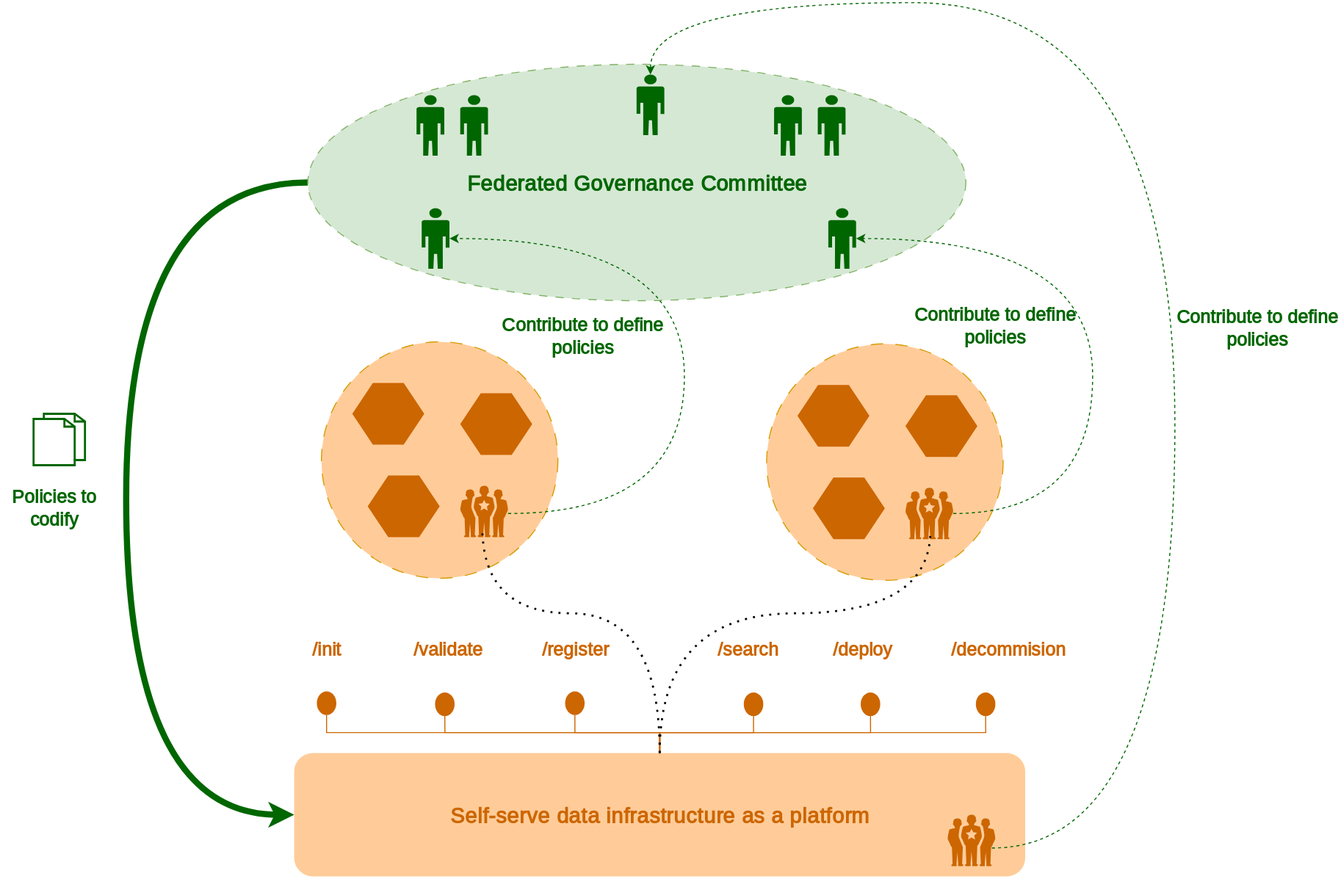
Above: docs/images/concepts/federated-computational-governance.svg in opendatamesh-initiative/odm-site-platform (draw.io), before the change. Source tidied: cells renumbered, new cells last; positions are measured from the earlier drawing's top-left corner, leaving out a move shared by most shapes.
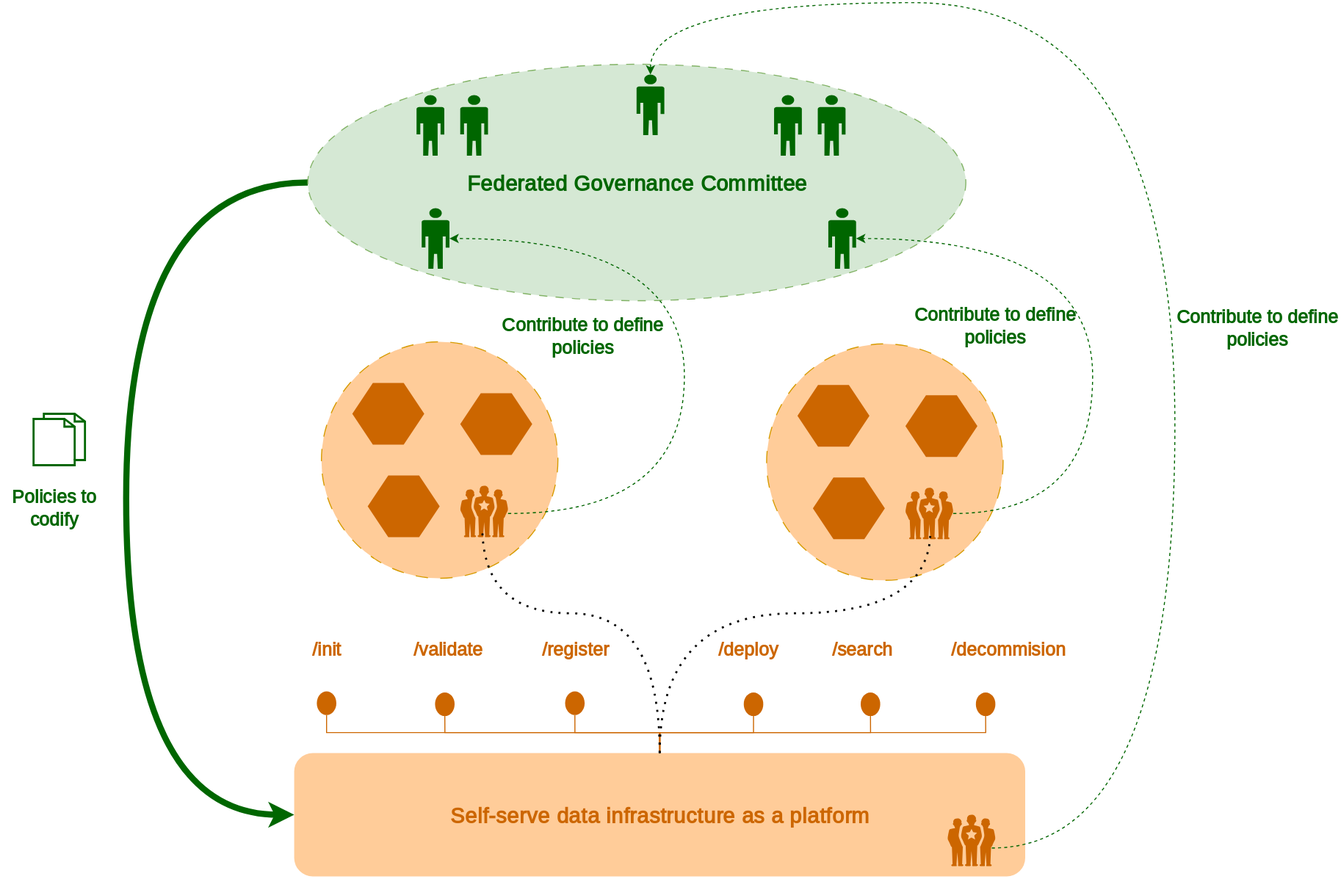
The same diagram one commit later.

What changed in the source:
```diff
@@ -11,7 +11,7 @@
     <mxCell id="4" value="&lt;font style=&quot;color: rgb(204, 102, 0);&quot;&gt;/register&lt;/font&gt;" style="text;html=1;align=center;verticalAlign=middle;whiteSpace=wrap;rounded=0;fontStyle=1;fontFamily=Poppins;fontSource=https%3A%2F%2Ffonts.googleapis.com%2Fcss%3Ffamily%3DPoppins;fontSize=18;" parent="1" vertex="1">
       <mxGeometry x="511.5" y="614" width="90" height="30" as="geometry" />
     </mxCell>
-    <mxCell id="5" value="&lt;font style=&quot;color: rgb(204, 102, 0);&quot;&gt;/deploy&lt;/font&gt;" style="text;html=1;align=center;verticalAlign=middle;whiteSpace=wrap;rounded=0;fontStyle=1;fontFamily=Poppins;fontSource=https%3A%2F%2Ffonts.googleapis.com%2Fcss%3Ffamily%3DPoppins;fontSize=18;" parent="1" vertex="1">
+    <mxCell id="5" value="&lt;font style=&quot;color: rgb(204, 102, 0);&quot;&gt;/search&lt;/font&gt;" style="text;html=1;align=center;verticalAlign=middle;whiteSpace=wrap;rounded=0;fontStyle=1;fontFamily=Poppins;fontSource=https%3A%2F%2Ffonts.googleapis.com%2Fcss%3Ffamily%3DPoppins;fontSize=18;" parent="1" vertex="1">
       <mxGeometry x="720.8" y="614" width="230" height="30" as="geometry" />
     </mxCell>
     <mxCell id="6" value="&lt;font style=&quot;color: rgb(204, 102, 0);&quot;&gt;/validate&lt;/font&gt;" style="text;html=1;align=center;verticalAlign=middle;whiteSpace=wrap;rounded=0;fontStyle=1;fontFamily=Poppins;fontSource=https%3A%2F%2Ffonts.googleapis.com%2Fcss%3Ffamily%3DPoppins;fontSize=18;" parent="1" vertex="1">
@@ -31,7 +31,7 @@
     <mxCell id="9" style="ellipse;whiteSpace=wrap;html=1;strokeColor=none;fillColor=#CC6600;" parent="1" vertex="1">
       <mxGeometry x="305.5" y="670" width="19" height="23" as="geometry" />
     </mxCell>
-    <mxCell id="10" value="&lt;font style=&quot;color: rgb(204, 102, 0);&quot;&gt;/search&lt;/font&gt;" style="text;html=1;align=center;verticalAlign=middle;whiteSpace=wrap;rounded=0;fontStyle=1;fontFamily=Poppins;fontSource=https%3A%2F%2Ffonts.googleapis.com%2Fcss%3Ffamily%3DPoppins;fontSize=18;" parent="1" vertex="1">
+    <mxCell id="10" value="&lt;font style=&quot;color: rgb(204, 102, 0);&quot;&gt;/deploy&lt;/font&gt;" style="text;html=1;align=center;verticalAlign=middle;whiteSpace=wrap;rounded=0;fontStyle=1;fontFamily=Poppins;fontSource=https%3A%2F%2Ffonts.googleapis.com%2Fcss%3Ffamily%3DPoppins;fontSize=18;" parent="1" vertex="1">
       <mxGeometry x="674.5" y="614" width="100" height="30" as="geometry" />
     </mxCell>
     <mxCell id="11" style="edgeStyle=orthogonalEdgeStyle;rounded=0;jettySize=auto;html=1;exitX=0.5;exitY=1;exitDx=0;exitDy=0;entryX=0.5;entryY=0;entryDx=0;entryDy=0;endArrow=none;endFill=0;strokeColor=#CC6600;" parent="1" edge="1" source="12" target="2">
```
